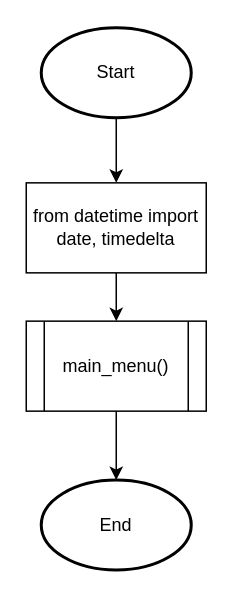
Before: page "program" (1 of 27) of Flowchart.drawio in LeeRenJie/python-assignment, a draw.io diagram. Source tidied: cells renumbered, new cells numbered last; positions are measured from the earlier drawing's top-left corner, leaving out a move shared by most shapes. Both pictures are drawn from the tidied source at 150%, with x=0, y=0 at pixel (26, 27).
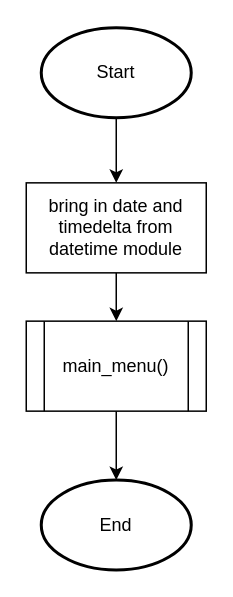
After the change.

Change to the diagram source:
```diff
@@
 <mxGraphModel>
   <root>
     <mxCell id="0" />
     <mxCell id="1" parent="0" />
     <mxCell id="2" value="main_menu()" style="shape=process;whiteSpace=wrap;html=1;backgroundOutline=1;" parent="1" vertex="1">
       <mxGeometry y="195.6" width="120" height="60" as="geometry" />
     </mxCell>
     <mxCell id="3" value="Start" style="strokeWidth=2;html=1;shape=mxgraph.flowchart.start_1;whiteSpace=wrap;" parent="1" vertex="1">
       <mxGeometry x="10" width="100" height="60" as="geometry" />
     </mxCell>
     <mxCell id="4" value="End" style="strokeWidth=2;html=1;shape=mxgraph.flowchart.start_1;whiteSpace=wrap;" parent="1" vertex="1">
       <mxGeometry x="10" y="301.5" width="100" height="60" as="geometry" />
     </mxCell>
     <mxCell id="5" style="endArrow=classic;html=1;exitX=0.5;exitY=1;exitDx=0;exitDy=0;exitPerimeter=0;entryX=0.5;entryY=0;entryDx=0;entryDy=0;" parent="1" edge="1" source="7" target="2">
       <mxGeometry relative="1" as="geometry" />
     </mxCell>
     <mxCell id="6" style="endArrow=classic;html=1;exitX=0.5;exitY=1;exitDx=0;exitDy=0;entryX=0.5;entryY=0;entryDx=0;entryDy=0;entryPerimeter=0;" parent="1" edge="1" source="2" target="4">
       <mxGeometry relative="1" as="geometry" />
     </mxCell>
-    <mxCell id="7" value="from datetime import date, timedelta" style="rounded=0;whiteSpace=wrap;html=1;fontSize=12;" parent="1" vertex="1">
+    <mxCell id="7" value="bring in date and timedelta from datetime module" style="rounded=0;whiteSpace=wrap;html=1;fontSize=12;" parent="1" vertex="1">
       <mxGeometry y="103.4" width="120" height="60" as="geometry" />
     </mxCell>
     <mxCell id="8" style="endArrow=classic;html=1;exitX=0.5;exitY=1;exitDx=0;exitDy=0;exitPerimeter=0;entryX=0.5;entryY=0;entryDx=0;entryDy=0;" parent="1" edge="1" source="3" target="7">
       <mxGeometry relative="1" as="geometry" />
     </mxCell>
   </root>
 </mxGraphModel>
```
